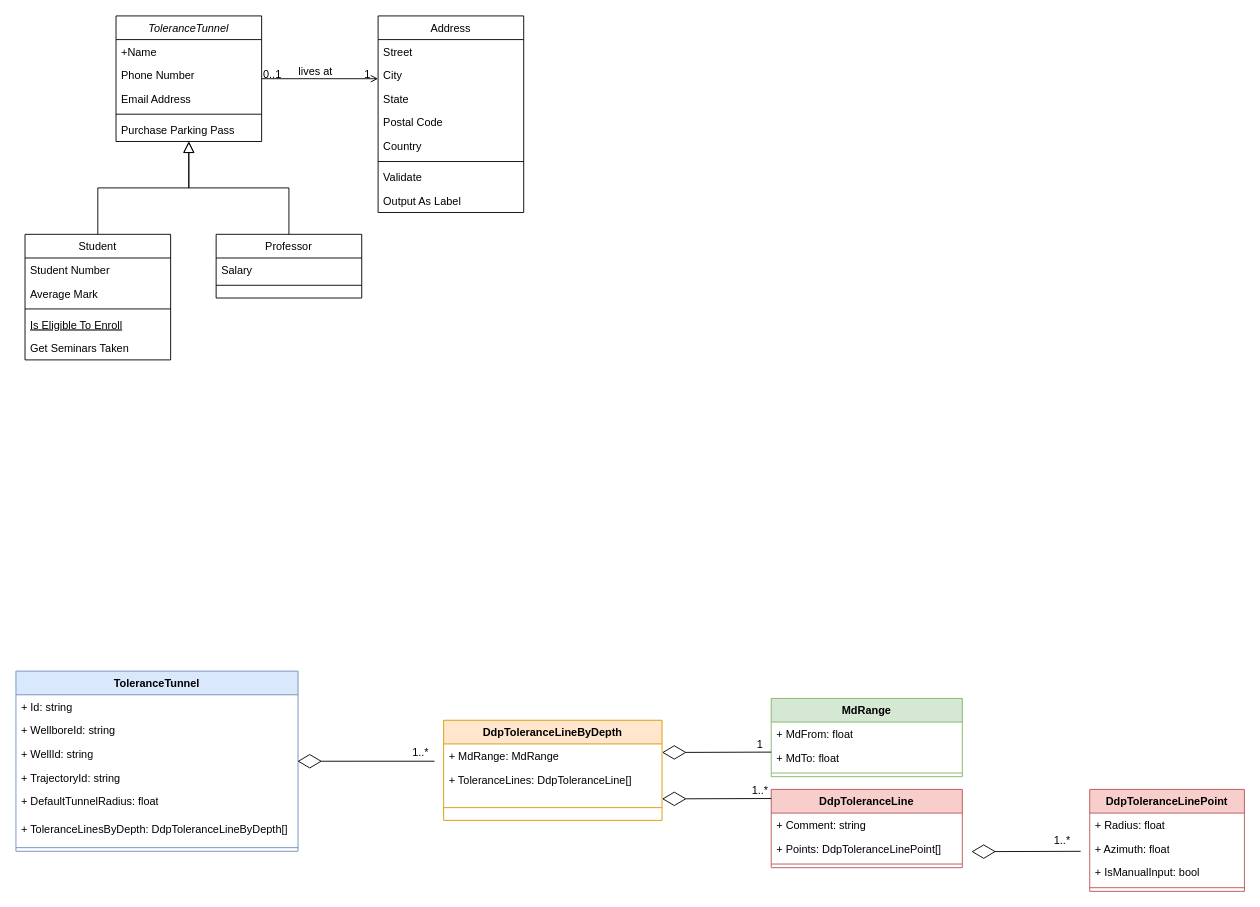
Above: Untitled Diagram.drawio in baoqger/drawing.io (draw.io), before the change. Source tidied: cells renumbered, new cells numbered last; positions are measured from the earlier drawing's top-left corner, leaving out a move shared by most shapes. Both pictures are drawn from the tidied source at 91%, with x=0, y=0 at pixel (15, 15).
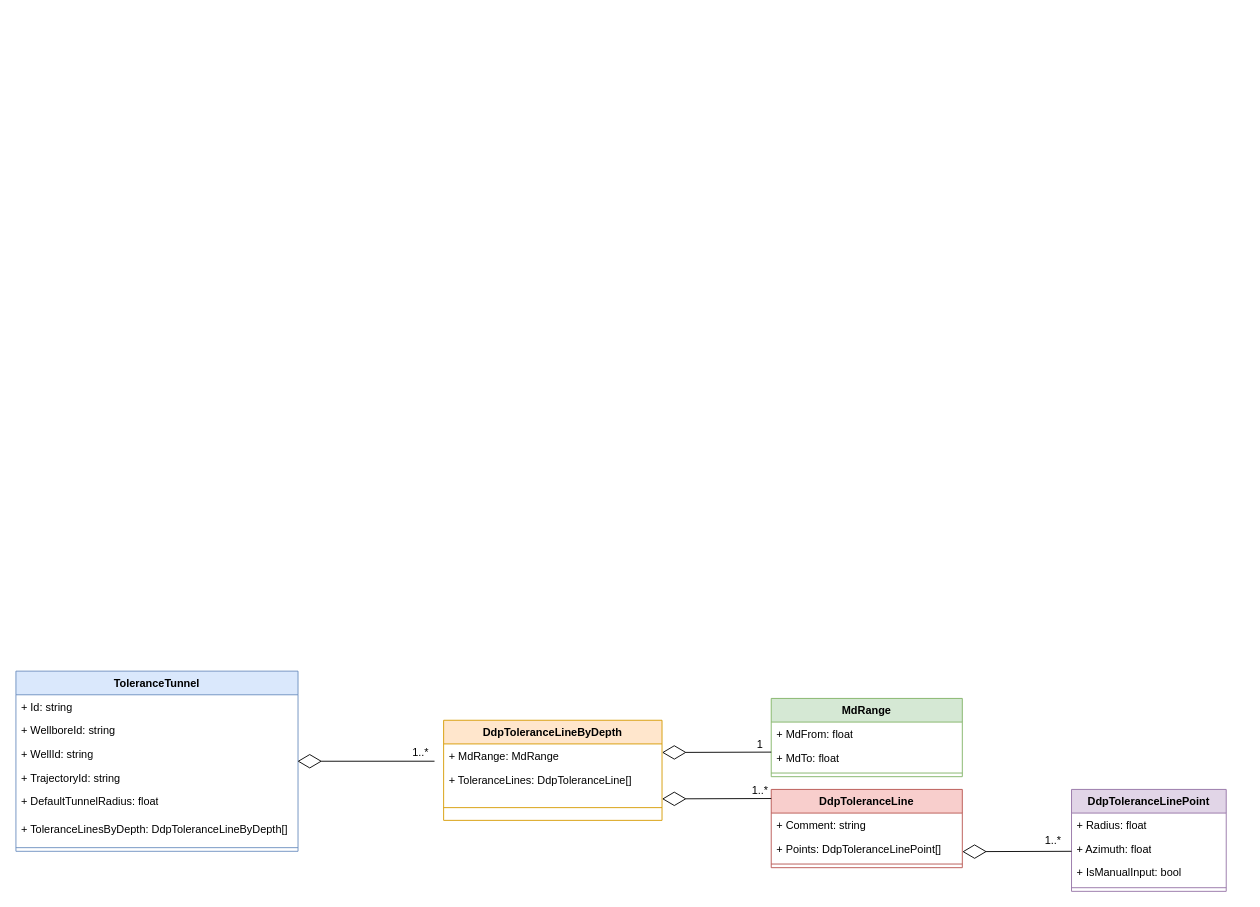
The same page after the edit.

What changed in the source:
```diff
@@
-    <mxCell id="2" value="ToleranceTunnel" style="swimlane;fontStyle=2;align=center;verticalAlign=top;horizontal=1;startSize=26;rounded=0;shadow=0;strokeWidth=1;" parent="1" vertex="1">
-      <mxGeometry x="110" width="160" height="138" as="geometry" />
-    </mxCell>
-    <mxCell id="3" value="+Name" style="text;align=left;verticalAlign=top;spacingLeft=4;spacingRight=4;overflow=hidden;" parent="2" vertex="1">
-      <mxGeometry y="26" width="160" height="26" as="geometry" />
-    </mxCell>
-    <mxCell id="4" value="Phone Number" style="text;align=left;verticalAlign=top;spacingLeft=4;spacingRight=4;overflow=hidden;rounded=0;shadow=0;html=0;" parent="2" vertex="1">
-      <mxGeometry y="52" width="160" height="26" as="geometry" />
-    </mxCell>
-    <mxCell id="5" value="Email Address" style="text;align=left;verticalAlign=top;spacingLeft=4;spacingRight=4;overflow=hidden;rounded=0;shadow=0;html=0;" parent="2" vertex="1">
-      <mxGeometry y="78" width="160" height="26" as="geometry" />
-    </mxCell>
-    <mxCell id="6" style="line;html=1;strokeWidth=1;align=left;verticalAlign=middle;spacingTop=-1;spacingLeft=3;spacingRight=3;labelPosition=right;" parent="2" vertex="1">
-      <mxGeometry y="104" width="160" height="8" as="geometry" />
-    </mxCell>
-    <mxCell id="7" value="Purchase Parking Pass" style="text;align=left;verticalAlign=top;spacingLeft=4;spacingRight=4;overflow=hidden;" parent="2" vertex="1">
-      <mxGeometry y="112" width="160" height="26" as="geometry" />
-    </mxCell>
-    <mxCell id="8" value="Student" style="swimlane;fontStyle=0;align=center;verticalAlign=top;horizontal=1;startSize=26;rounded=0;shadow=0;strokeWidth=1;" parent="1" vertex="1">
-      <mxGeometry x="10" y="240" width="160" height="138" as="geometry" />
-    </mxCell>
-    <mxCell id="9" value="Student Number" style="text;align=left;verticalAlign=top;spacingLeft=4;spacingRight=4;overflow=hidden;" parent="8" vertex="1">
-      <mxGeometry y="26" width="160" height="26" as="geometry" />
-    </mxCell>
-    <mxCell id="10" value="Average Mark" style="text;align=left;verticalAlign=top;spacingLeft=4;spacingRight=4;overflow=hidden;rounded=0;shadow=0;html=0;" parent="8" vertex="1">
-      <mxGeometry y="52" width="160" height="26" as="geometry" />
-    </mxCell>
-    <mxCell id="11" style="line;html=1;strokeWidth=1;align=left;verticalAlign=middle;spacingTop=-1;spacingLeft=3;spacingRight=3;labelPosition=right;" parent="8" vertex="1">
-      <mxGeometry y="78" width="160" height="8" as="geometry" />
-    </mxCell>
-    <mxCell id="12" value="Is Eligible To Enroll" style="text;align=left;verticalAlign=top;spacingLeft=4;spacingRight=4;overflow=hidden;fontStyle=4;" parent="8" vertex="1">
-      <mxGeometry y="86" width="160" height="26" as="geometry" />
-    </mxCell>
-    <mxCell id="13" value="Get Seminars Taken" style="text;align=left;verticalAlign=top;spacingLeft=4;spacingRight=4;overflow=hidden;" parent="8" vertex="1">
-      <mxGeometry y="112" width="160" height="26" as="geometry" />
-    </mxCell>
-    <mxCell id="14" style="endArrow=block;endSize=10;endFill=0;shadow=0;strokeWidth=1;rounded=0;curved=0;edgeStyle=elbowEdgeStyle;elbow=vertical;" parent="1" edge="1" source="8" target="2">
-      <mxGeometry relative="1" as="geometry" />
-    </mxCell>
-    <mxCell id="15" value="Professor" style="swimlane;fontStyle=0;align=center;verticalAlign=top;horizontal=1;startSize=26;rounded=0;shadow=0;strokeWidth=1;" parent="1" vertex="1">
-      <mxGeometry x="220" y="240" width="160" height="70" as="geometry" />
-    </mxCell>
-    <mxCell id="16" value="Salary" style="text;align=left;verticalAlign=top;spacingLeft=4;spacingRight=4;overflow=hidden;" parent="15" vertex="1">
-      <mxGeometry y="26" width="160" height="26" as="geometry" />
-    </mxCell>
-    <mxCell id="17" style="line;html=1;strokeWidth=1;align=left;verticalAlign=middle;spacingTop=-1;spacingLeft=3;spacingRight=3;labelPosition=right;" parent="15" vertex="1">
-      <mxGeometry y="52" width="160" height="8" as="geometry" />
-    </mxCell>
-    <mxCell id="18" style="endArrow=block;endSize=10;endFill=0;shadow=0;strokeWidth=1;rounded=0;curved=0;edgeStyle=elbowEdgeStyle;elbow=vertical;" parent="1" edge="1" source="15" target="2">
-      <mxGeometry relative="1" as="geometry" />
-    </mxCell>
-    <mxCell id="19" value="Address" style="swimlane;fontStyle=0;align=center;verticalAlign=top;horizontal=1;startSize=26;rounded=0;shadow=0;strokeWidth=1;" parent="1" vertex="1">
-      <mxGeometry x="398" width="160" height="216" as="geometry" />
-    </mxCell>
-    <mxCell id="20" value="Street" style="text;align=left;verticalAlign=top;spacingLeft=4;spacingRight=4;overflow=hidden;" parent="19" vertex="1">
-      <mxGeometry y="26" width="160" height="26" as="geometry" />
-    </mxCell>
-    <mxCell id="21" value="City" style="text;align=left;verticalAlign=top;spacingLeft=4;spacingRight=4;overflow=hidden;rounded=0;shadow=0;html=0;" parent="19" vertex="1">
-      <mxGeometry y="52" width="160" height="26" as="geometry" />
-    </mxCell>
-    <mxCell id="22" value="State" style="text;align=left;verticalAlign=top;spacingLeft=4;spacingRight=4;overflow=hidden;rounded=0;shadow=0;html=0;" parent="19" vertex="1">
-      <mxGeometry y="78" width="160" height="26" as="geometry" />
-    </mxCell>
-    <mxCell id="23" value="Postal Code" style="text;align=left;verticalAlign=top;spacingLeft=4;spacingRight=4;overflow=hidden;rounded=0;shadow=0;html=0;" parent="19" vertex="1">
-      <mxGeometry y="104" width="160" height="26" as="geometry" />
-    </mxCell>
-    <mxCell id="24" value="Country" style="text;align=left;verticalAlign=top;spacingLeft=4;spacingRight=4;overflow=hidden;rounded=0;shadow=0;html=0;" parent="19" vertex="1">
-      <mxGeometry y="130" width="160" height="26" as="geometry" />
-    </mxCell>
-    <mxCell id="25" style="line;html=1;strokeWidth=1;align=left;verticalAlign=middle;spacingTop=-1;spacingLeft=3;spacingRight=3;labelPosition=right;" parent="19" vertex="1">
-      <mxGeometry y="156" width="160" height="8" as="geometry" />
-    </mxCell>
-    <mxCell id="26" value="Validate" style="text;align=left;verticalAlign=top;spacingLeft=4;spacingRight=4;overflow=hidden;" parent="19" vertex="1">
-      <mxGeometry y="164" width="160" height="26" as="geometry" />
-    </mxCell>
-    <mxCell id="27" value="Output As Label" style="text;align=left;verticalAlign=top;spacingLeft=4;spacingRight=4;overflow=hidden;" parent="19" vertex="1">
-      <mxGeometry y="190" width="160" height="26" as="geometry" />
-    </mxCell>
-    <mxCell id="28" style="endArrow=open;shadow=0;strokeWidth=1;rounded=0;curved=0;endFill=1;edgeStyle=elbowEdgeStyle;elbow=vertical;" parent="1" edge="1" source="2" target="19">
-      <mxGeometry x="0.5" y="41" relative="1" as="geometry">
-        <mxPoint x="-40" y="32" as="offset" />
-      </mxGeometry>
-    </mxCell>
-    <mxCell id="29" value="0..1" style="align=left;verticalAlign=bottom;labelBackgroundColor=none;fontSize=12;" parent="28" vertex="1">
-      <mxGeometry x="-1" relative="1" as="geometry">
-        <mxPoint y="4" as="offset" />
-      </mxGeometry>
-    </mxCell>
-    <mxCell id="30" value="1" style="align=right;verticalAlign=bottom;labelBackgroundColor=none;fontSize=12;" parent="28" vertex="1">
-      <mxGeometry x="1" relative="1" as="geometry">
-        <mxPoint x="-7" y="4" as="offset" />
-      </mxGeometry>
-    </mxCell>
-    <mxCell id="31" value="lives at" style="text;html=1;align=center;verticalAlign=middle;labelBackgroundColor=none;rounded=0;shadow=0;strokeWidth=1;fontSize=12;" parent="28" vertex="1">
-      <mxGeometry x="0.5" y="49" relative="1" as="geometry">
-        <mxPoint x="-38" y="40" as="offset" />
-      </mxGeometry>
-    </mxCell>
@@
-    <mxCell id="55" value="&lt;span style=&quot;text-align: left;&quot;&gt;DdpToleranceLinePoint&lt;/span&gt;" style="swimlane;fontStyle=1;align=center;verticalAlign=top;horizontal=1;startSize=26;whiteSpace=wrap;html=1;fillColor=#f8cecc;strokeColor=#b85450;" parent="1" vertex="1">
-      <mxGeometry x="1180" y="850" width="170" height="112" as="geometry" />
+    <mxCell id="55" value="&lt;span style=&quot;text-align: left;&quot;&gt;DdpToleranceLinePoint&lt;/span&gt;" style="swimlane;fontStyle=1;align=center;verticalAlign=top;horizontal=1;startSize=26;whiteSpace=wrap;html=1;fillColor=#e1d5e7;strokeColor=#9673a6;" parent="1" vertex="1">
+      <mxGeometry x="1160" y="850" width="170" height="112" as="geometry" />
     </mxCell>
@@
     <mxCell id="64" style="endArrow=diamondThin;endFill=0;endSize=24;html=1;rounded=0;" parent="1" edge="1">
       <mxGeometry relative="1" as="geometry">
-        <mxPoint x="1170" y="918" as="sourcePoint" />
-        <mxPoint x="1050" y="918.4" as="targetPoint" />
+        <mxPoint x="1160" y="918" as="sourcePoint" />
+        <mxPoint x="1040" y="918.4" as="targetPoint" />
       </mxGeometry>
     </mxCell>
     <mxCell id="65" value="1..*" style="text;html=1;align=center;verticalAlign=middle;whiteSpace=wrap;rounded=0;" parent="1" vertex="1">
-      <mxGeometry x="1120" y="891" width="60" height="30" as="geometry" />
+      <mxGeometry x="1110" y="891" width="60" height="30" as="geometry" />
     </mxCell>
```
